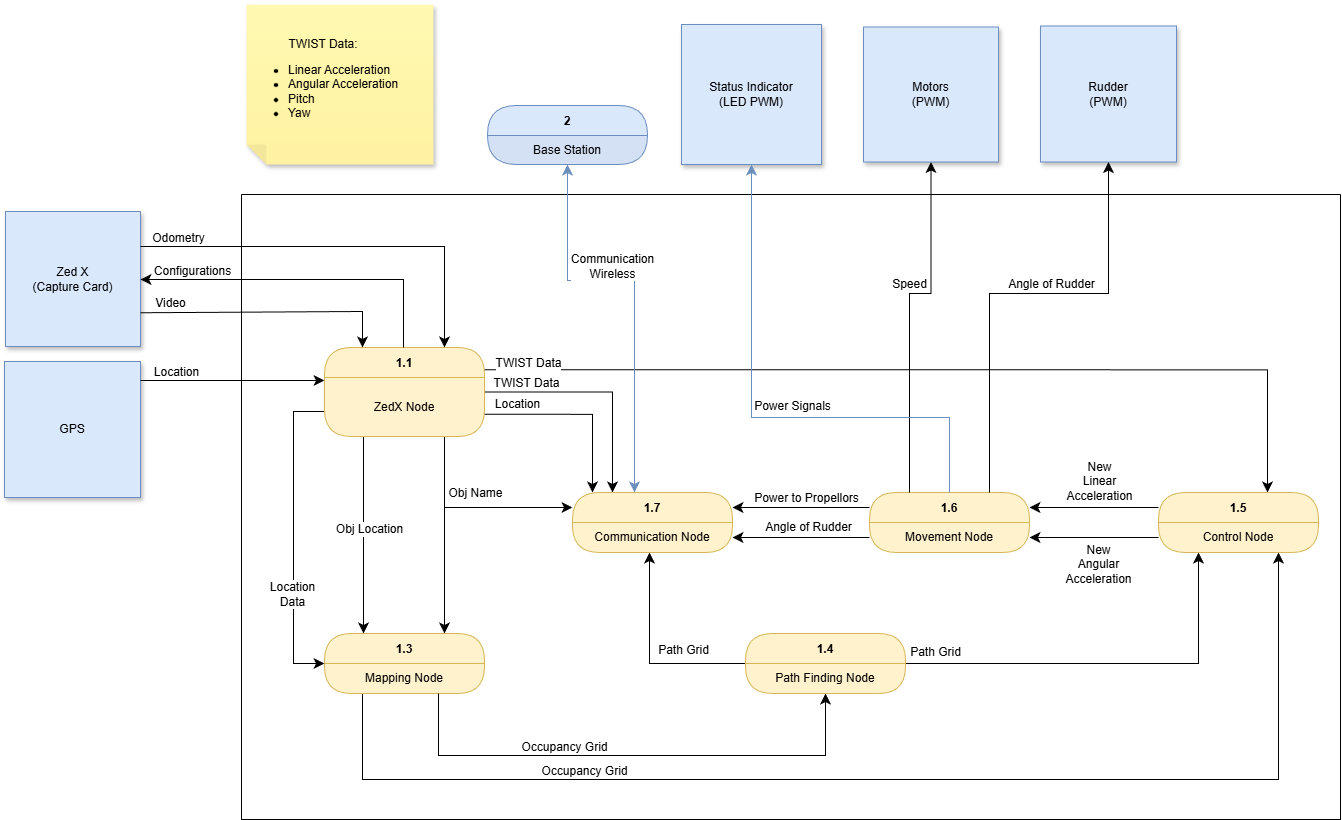
TheFujirose/Loon-E-Guidebook keeps this draw.io diagram as images/dfd1_1.png. Above is the earlier version. Source tidied: cells renumbered, new cells last; positions are measured from the earlier drawing's top-left corner, leaving out a move shared by most shapes.
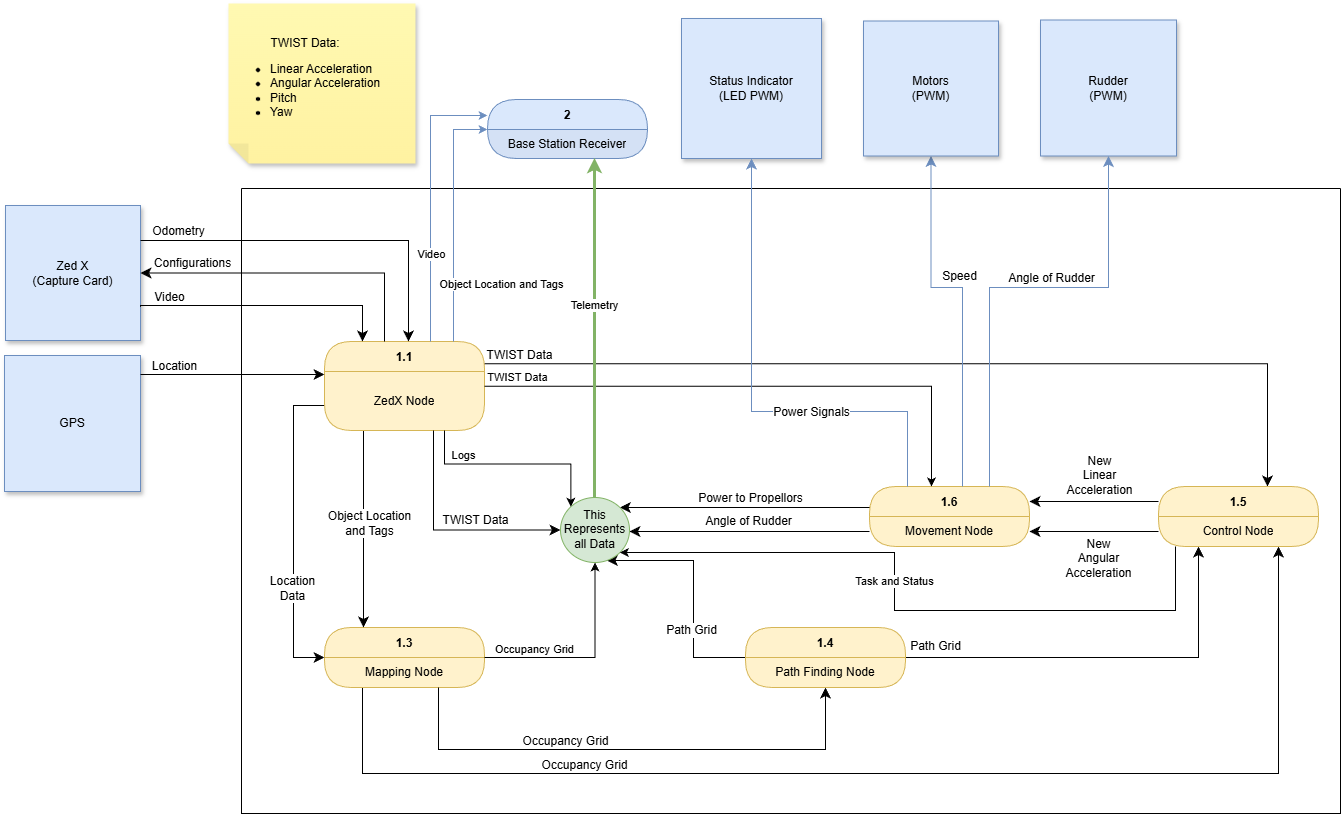
After the commit.

Diff of the diagram source:
```diff
@@ -3,7 +3,7 @@
     <mxCell id="0" />
     <mxCell id="1" parent="0" />
     <mxCell id="2" value="&lt;div style=&quot;text-align: center;&quot;&gt;&lt;span style=&quot;background-color: transparent; color: light-dark(rgb(0, 0, 0), rgb(237, 237, 237));&quot;&gt;TWIST Data:&lt;/span&gt;&lt;/div&gt;&lt;div&gt;&lt;ul&gt;&lt;li&gt;Linear Acceleration&lt;/li&gt;&lt;li&gt;Angular Acceleration&lt;/li&gt;&lt;li&gt;Pitch&lt;/li&gt;&lt;li&gt;Yaw&lt;/li&gt;&lt;/ul&gt;&lt;/div&gt;" style="shape=note;whiteSpace=wrap;html=1;backgroundOutline=1;fontColor=#000000;darkOpacity=0.05;fillColor=#FFF9B2;strokeColor=none;fillStyle=solid;direction=west;gradientDirection=north;gradientColor=#FFF2A1;shadow=1;size=20;align=left;" parent="1" vertex="1">
-      <mxGeometry x="242" width="187" height="160" as="geometry" />
+      <mxGeometry x="224" y="5" width="187" height="160" as="geometry" />
     </mxCell>
     <mxCell id="3" style="swimlane;startSize=0;" parent="1" vertex="1">
       <mxGeometry x="237" y="190" width="1099" height="625" as="geometry" />
@@ -58,8 +58,13 @@
         <mxPoint y="-27" as="offset" />
       </mxGeometry>
     </mxCell>
-    <mxCell id="15" style="edgeStyle=orthogonalEdgeStyle;rounded=0;jettySize=auto;html=1;fontSize=12;startSize=8;endSize=8;entryX=1;entryY=0.25;entryDx=0;entryDy=0;exitX=0;exitY=0.25;exitDx=0;exitDy=0;" parent="3" edge="1" source="41" target="38">
-      <mxGeometry relative="1" as="geometry" />
+    <mxCell id="15" style="edgeStyle=orthogonalEdgeStyle;rounded=0;jettySize=auto;html=1;fontSize=12;startSize=8;endSize=8;" parent="3" edge="1" source="41" target="75">
+      <mxGeometry relative="1" as="geometry">
+        <Array as="points">
+          <mxPoint x="503" y="319" />
+          <mxPoint x="503" y="319" />
+        </Array>
+      </mxGeometry>
     </mxCell>
     <mxCell id="16" value="Power to Propellors" style="edgeLabel;html=1;align=center;verticalAlign=middle;fontSize=12;" parent="15" vertex="1">
       <mxGeometry x="-0.02" y="1" relative="1" as="geometry">
@@ -75,34 +80,20 @@
     </mxCell>
     <mxCell id="18" value="TWIST Data" style="edgeLabel;html=1;align=center;verticalAlign=middle;fontSize=12;" parent="17" vertex="1">
       <mxGeometry x="0.76" y="2" relative="1" as="geometry">
-        <mxPoint x="-742" y="-21" as="offset" />
+        <mxPoint x="-751" y="-22" as="offset" />
       </mxGeometry>
     </mxCell>
-    <mxCell id="19" style="rounded=0;orthogonalLoop=1;jettySize=auto;html=1;fontSize=12;startSize=8;endSize=8;exitX=0.25;exitY=1;exitDx=0;exitDy=0;entryX=0.25;entryY=0;entryDx=0;entryDy=0;" parent="3" edge="1">
-      <mxGeometry relative="1" as="geometry">
-        <mxPoint x="203" y="242" as="sourcePoint" />
-        <mxPoint x="203" y="439" as="targetPoint" />
-      </mxGeometry>
-    </mxCell>
     <mxCell id="20" style="rounded=0;orthogonalLoop=1;jettySize=auto;html=1;fontSize=12;startSize=8;endSize=8;exitX=0.75;exitY=1;exitDx=0;exitDy=0;entryX=0.75;entryY=0;entryDx=0;entryDy=0;" parent="3" edge="1">
       <mxGeometry relative="1" as="geometry">
         <mxPoint x="122" y="242" as="sourcePoint" />
         <mxPoint x="122" y="439" as="targetPoint" />
       </mxGeometry>
     </mxCell>
-    <mxCell id="21" value="Obj Location" style="edgeLabel;html=1;align=center;verticalAlign=middle;fontSize=12;" parent="20" vertex="1">
+    <mxCell id="21" value="Object Location&lt;br&gt;and Tags" style="edgeLabel;html=1;align=center;verticalAlign=middle;fontSize=12;" parent="20" vertex="1">
       <mxGeometry x="-0.01" y="4" relative="1" as="geometry">
         <mxPoint x="1" y="-5" as="offset" />
       </mxGeometry>
     </mxCell>
-    <mxCell id="22" style="edgeStyle=orthogonalEdgeStyle;rounded=0;jettySize=auto;html=1;exitX=0.75;exitY=1;exitDx=0;exitDy=0;fontSize=12;startSize=8;endSize=8;entryX=0;entryY=0.25;entryDx=0;entryDy=0;" parent="3" edge="1" source="36" target="38">
-      <mxGeometry relative="1" as="geometry" />
-    </mxCell>
-    <mxCell id="23" value="Obj Name" style="edgeLabel;html=1;align=center;verticalAlign=middle;fontSize=12;" parent="22" vertex="1">
-      <mxGeometry x="-0.13" y="3" relative="1" as="geometry">
-        <mxPoint x="14" y="-12" as="offset" />
-      </mxGeometry>
-    </mxCell>
     <mxCell id="24" style="edgeStyle=orthogonalEdgeStyle;rounded=0;jettySize=auto;html=1;fontSize=12;startSize=8;endSize=8;" parent="3" edge="1" source="6" target="47">
       <mxGeometry relative="1" as="geometry">
         <Array as="points">
@@ -116,10 +107,11 @@
         <mxPoint x="-63" y="-11" as="offset" />
       </mxGeometry>
     </mxCell>
-    <mxCell id="26" style="edgeStyle=orthogonalEdgeStyle;rounded=0;jettySize=auto;html=1;fontSize=12;startSize=8;endSize=8;" parent="3" edge="1" source="47" target="38">
+    <mxCell id="26" style="edgeStyle=orthogonalEdgeStyle;rounded=0;jettySize=auto;html=1;fontSize=12;startSize=8;endSize=8;" parent="3" edge="1" source="47" target="75">
       <mxGeometry relative="1" as="geometry">
         <Array as="points">
-          <mxPoint x="408" y="469" />
+          <mxPoint x="452" y="469" />
+          <mxPoint x="452" y="372" />
         </Array>
       </mxGeometry>
     </mxCell>
@@ -128,30 +120,6 @@
         <mxPoint x="-5" y="-12" as="offset" />
       </mxGeometry>
     </mxCell>
-    <mxCell id="28" style="edgeStyle=orthogonalEdgeStyle;rounded=0;jettySize=auto;html=1;fontSize=12;startSize=8;endSize=8;exitX=1;exitY=0.75;exitDx=0;exitDy=0;" parent="3" edge="1" source="35" target="38">
-      <mxGeometry relative="1" as="geometry">
-        <Array as="points">
-          <mxPoint x="351" y="220" />
-        </Array>
-      </mxGeometry>
-    </mxCell>
-    <mxCell id="29" value="Location" style="edgeLabel;html=1;align=center;verticalAlign=middle;fontSize=12;" parent="28" vertex="1">
-      <mxGeometry x="0.76" y="2" relative="1" as="geometry">
-        <mxPoint x="-78" y="-66" as="offset" />
-      </mxGeometry>
-    </mxCell>
-    <mxCell id="30" style="edgeStyle=orthogonalEdgeStyle;rounded=0;jettySize=auto;html=1;fontSize=12;startSize=8;endSize=8;exitX=1;exitY=0.5;exitDx=0;exitDy=0;entryX=0.25;entryY=0;entryDx=0;entryDy=0;" parent="3" edge="1" source="35" target="38">
-      <mxGeometry relative="1" as="geometry">
-        <Array as="points">
-          <mxPoint x="371" y="198" />
-        </Array>
-      </mxGeometry>
-    </mxCell>
-    <mxCell id="31" value="TWIST Data" style="edgeLabel;html=1;align=center;verticalAlign=middle;fontSize=12;" parent="30" vertex="1">
-      <mxGeometry x="0.6" y="-3" relative="1" as="geometry">
-        <mxPoint x="-84" y="-65" as="offset" />
-      </mxGeometry>
-    </mxCell>
     <mxCell id="32" style="edgeStyle=orthogonalEdgeStyle;rounded=0;jettySize=auto;html=1;fontSize=12;startSize=8;endSize=8;" parent="3" edge="1" source="35" target="6">
       <mxGeometry relative="1" as="geometry">
         <Array as="points">
@@ -174,15 +142,6 @@
     <mxCell id="36" value="ZedX Node" style="text;html=1;strokeColor=none;fillColor=none;align=center;verticalAlign=middle;spacingLeft=4;spacingRight=4;whiteSpace=wrap;overflow=hidden;fontColor=#000000;" parent="34" vertex="1">
       <mxGeometry y="30" width="160" height="59" as="geometry" />
     </mxCell>
-    <mxCell id="37" style="group;" parent="3" vertex="1">
-      <mxGeometry x="331" y="298" width="160" height="60" as="geometry" />
-    </mxCell>
-    <mxCell id="38" value="1.7" style="swimlane;fontStyle=1;align=center;verticalAlign=middle;horizontal=1;startSize=30;rounded=1;arcSize=30;strokeColor=#d6b656;fillColor=#FFF2CC;swimlaneFillColor=#FFF2CC;" parent="37" vertex="1">
-      <mxGeometry width="160" height="60" as="geometry" />
-    </mxCell>
-    <mxCell id="39" value="Communication Node" style="text;html=1;strokeColor=none;fillColor=none;align=center;verticalAlign=middle;spacingLeft=4;spacingRight=4;whiteSpace=wrap;overflow=hidden;fontColor=#000000;" parent="37" vertex="1">
-      <mxGeometry y="30" width="160" height="30" as="geometry" />
-    </mxCell>
     <mxCell id="40" style="group;" parent="3" vertex="1">
       <mxGeometry x="628" y="298" width="160" height="60" as="geometry" />
     </mxCell>
@@ -210,19 +169,79 @@
     <mxCell id="48" value="Path Finding Node" style="text;html=1;strokeColor=none;fillColor=none;align=center;verticalAlign=middle;spacingLeft=4;spacingRight=4;whiteSpace=wrap;overflow=hidden;fontColor=#000000;" parent="46" vertex="1">
       <mxGeometry y="30" width="160" height="30" as="geometry" />
     </mxCell>
-    <mxCell id="49" style="rounded=0;jettySize=auto;html=1;fontSize=12;startSize=8;endSize=8;exitX=0;exitY=0.5;exitDx=0;exitDy=0;entryX=1;entryY=0.5;entryDx=0;entryDy=0;" parent="3" edge="1" source="42" target="39">
-      <mxGeometry relative="1" as="geometry" />
+    <mxCell id="49" style="rounded=0;jettySize=auto;html=1;fontSize=12;startSize=8;endSize=8;edgeStyle=orthogonalEdgeStyle;" parent="3" edge="1" source="41" target="75">
+      <mxGeometry relative="1" as="geometry">
+        <Array as="points">
+          <mxPoint x="588" y="343" />
+          <mxPoint x="588" y="343" />
+        </Array>
+      </mxGeometry>
     </mxCell>
     <mxCell id="50" value="Angle of Rudder" style="edgeLabel;html=1;align=center;verticalAlign=middle;fontSize=12;" parent="49" vertex="1">
       <mxGeometry x="0.14" y="4" relative="1" as="geometry">
         <mxPoint x="16" y="-15" as="offset" />
       </mxGeometry>
     </mxCell>
+    <mxCell id="75" value="This Represents all Data" style="ellipse;whiteSpace=wrap;html=1;fillColor=#d5e8d4;strokeColor=#82b366;" parent="3" vertex="1">
+      <mxGeometry x="319" y="309" width="69" height="65" as="geometry" />
+    </mxCell>
+    <mxCell id="76" style="edgeStyle=orthogonalEdgeStyle;rounded=0;jettySize=auto;html=1;entryX=0.5;entryY=1;entryDx=0;entryDy=0;" parent="3" edge="1" source="6" target="75">
+      <mxGeometry relative="1" as="geometry">
+        <Array as="points">
+          <mxPoint x="354" y="469" />
+        </Array>
+      </mxGeometry>
+    </mxCell>
+    <mxCell id="77" value="Occupancy Grid" style="edgeLabel;html=1;align=center;verticalAlign=middle;" parent="76" vertex="1">
+      <mxGeometry x="-0.57" y="2" relative="1" as="geometry">
+        <mxPoint x="6" y="-7" as="offset" />
+      </mxGeometry>
+    </mxCell>
+    <mxCell id="78" style="edgeStyle=orthogonalEdgeStyle;rounded=0;jettySize=auto;html=1;exitX=1;exitY=0.25;exitDx=0;exitDy=0;" parent="3" edge="1" source="36" target="41">
+      <mxGeometry relative="1" as="geometry">
+        <Array as="points">
+          <mxPoint x="690" y="198" />
+        </Array>
+      </mxGeometry>
+    </mxCell>
+    <mxCell id="31" value="TWIST Data" style="edgeLabel;html=1;align=center;verticalAlign=middle;" parent="78" vertex="1">
+      <mxGeometry x="0.31" y="-1" relative="1" as="geometry">
+        <mxPoint x="-325" y="-10" as="offset" />
+      </mxGeometry>
+    </mxCell>
+    <mxCell id="30" value="TWIST Data" style="edgeStyle=orthogonalEdgeStyle;rounded=0;jettySize=auto;html=1;fontSize=12;startSize=8;endSize=8;entryX=0;entryY=0.5;entryDx=0;entryDy=0;" parent="3" edge="1" source="35" target="75">
+      <mxGeometry x="0.24" y="9" relative="1" as="geometry">
+        <Array as="points">
+          <mxPoint x="192" y="341" />
+        </Array>
+        <mxPoint x="1" as="offset" />
+      </mxGeometry>
+    </mxCell>
+    <mxCell id="79" style="edgeStyle=orthogonalEdgeStyle;rounded=0;jettySize=auto;html=1;exitX=0.75;exitY=1;exitDx=0;exitDy=0;entryX=0;entryY=0;entryDx=0;entryDy=0;" parent="3" edge="1" source="36" target="75">
+      <mxGeometry relative="1" as="geometry" />
+    </mxCell>
+    <mxCell id="80" value="Logs" style="edgeLabel;html=1;align=center;verticalAlign=middle;" parent="79" vertex="1">
+      <mxGeometry x="-0.38" y="-2" relative="1" as="geometry">
+        <mxPoint x="-11" y="-11" as="offset" />
+      </mxGeometry>
+    </mxCell>
+    <mxCell id="81" style="edgeStyle=orthogonalEdgeStyle;rounded=0;jettySize=auto;html=1;" parent="3" edge="1" source="44" target="75">
+      <mxGeometry relative="1" as="geometry">
+        <Array as="points">
+          <mxPoint x="934" y="422" />
+          <mxPoint x="653" y="422" />
+          <mxPoint x="653" y="364" />
+        </Array>
+      </mxGeometry>
+    </mxCell>
+    <mxCell id="82" value="Task and Status" style="edgeLabel;html=1;align=center;verticalAlign=middle;" parent="81" vertex="1">
+      <mxGeometry x="0.11" y="1" relative="1" as="geometry" />
+    </mxCell>
-    <mxCell id="51" style="edgeStyle=orthogonalEdgeStyle;rounded=0;jettySize=auto;html=1;entryX=0.25;entryY=0;entryDx=0;entryDy=0;fontSize=12;startSize=8;endSize=8;exitX=0.5;exitY=1;exitDx=0;exitDy=0;startArrow=classic;startFill=1;endArrow=none;endFill=0;" parent="1" edge="1" source="53" target="41">
+    <mxCell id="51" style="edgeStyle=orthogonalEdgeStyle;rounded=0;jettySize=auto;html=1;fontSize=12;startSize=8;endSize=8;exitX=0.5;exitY=1;exitDx=0;exitDy=0;startArrow=classic;startFill=1;endArrow=none;endFill=0;fillColor=#dae8fc;strokeColor=#6c8ebf;" parent="1" edge="1" source="53" target="41">
       <mxGeometry relative="1" as="geometry">
         <Array as="points">
           <mxPoint x="927" y="289" />
-          <mxPoint x="905" y="289" />
+          <mxPoint x="958" y="289" />
         </Array>
       </mxGeometry>
     </mxCell>
@@ -259,13 +278,13 @@
     <mxCell id="59" style="endArrow=classic;html=1;rounded=0;fontSize=12;startSize=8;endSize=8;edgeStyle=orthogonalEdgeStyle;" parent="1" edge="1" source="55" target="35">
       <mxGeometry relative="1" as="geometry">
         <Array as="points">
-          <mxPoint x="440" y="242" />
+          <mxPoint x="404" y="242" />
         </Array>
       </mxGeometry>
     </mxCell>
     <mxCell id="60" value="Odometry" style="edgeLabel;html=1;align=center;verticalAlign=middle;fontSize=12;" parent="59" vertex="1">
       <mxGeometry x="0.13" y="2" relative="1" as="geometry">
-        <mxPoint x="-191" y="-7" as="offset" />
+        <mxPoint x="-171" y="-8" as="offset" />
       </mxGeometry>
     </mxCell>
     <mxCell id="61" style="endArrow=classic;html=1;rounded=0;fontSize=12;startSize=8;endSize=8;edgeStyle=orthogonalEdgeStyle;" parent="1" edge="1" source="56" target="35">
@@ -287,52 +306,38 @@
     <mxCell id="64" style="endArrow=classic;html=1;rounded=0;fontSize=12;startSize=8;endSize=8;edgeStyle=orthogonalEdgeStyle;entryX=1;entryY=0.5;entryDx=0;entryDy=0;" parent="1" edge="1" source="35" target="55">
       <mxGeometry relative="1" as="geometry">
         <Array as="points">
-          <mxPoint x="399" y="275" />
-          <mxPoint x="136" y="275" />
+          <mxPoint x="380" y="275" />
         </Array>
       </mxGeometry>
     </mxCell>
     <mxCell id="65" value="Configurations" style="edgeLabel;html=1;align=center;verticalAlign=middle;fontSize=12;" parent="64" vertex="1">
       <mxGeometry x="-0.14" y="-2" relative="1" as="geometry">
-        <mxPoint x="-137" y="-7" as="offset" />
+        <mxPoint x="-126" y="-8" as="offset" />
       </mxGeometry>
     </mxCell>
     <mxCell id="66" value="2" style="swimlane;fontStyle=1;align=center;verticalAlign=middle;horizontal=1;startSize=30;rounded=1;arcSize=50;swimlaneFillColor=#D4E1F5;fillColor=#dae8fc;strokeColor=#6c8ebf;" parent="1" vertex="1">
       <mxGeometry x="483" y="101" width="160" height="59" as="geometry" />
     </mxCell>
-    <mxCell id="67" value="Base Station" style="text;html=1;strokeColor=none;fillColor=none;align=center;verticalAlign=middle;spacingLeft=4;spacingRight=4;whiteSpace=wrap;overflow=hidden;fontColor=#000000;" parent="66" vertex="1">
+    <mxCell id="67" value="Base Station Receiver" style="text;html=1;strokeColor=none;fillColor=none;align=center;verticalAlign=middle;spacingLeft=4;spacingRight=4;whiteSpace=wrap;overflow=hidden;fontColor=#000000;" parent="66" vertex="1">
       <mxGeometry y="30" width="160" height="29" as="geometry" />
     </mxCell>
     <mxCell id="68" value="Base Station" style="text;html=1;strokeColor=none;fillColor=none;align=center;verticalAlign=middle;spacingLeft=4;spacingRight=4;whiteSpace=wrap;overflow=hidden;fontColor=#000000;" parent="66" vertex="1">
       <mxGeometry y="59" width="160" as="geometry" />
     </mxCell>
-    <mxCell id="69" style="rounded=0;jettySize=auto;html=1;fontSize=12;startSize=8;endSize=8;startArrow=classic;startFill=1;fillColor=#dae8fc;strokeColor=#6c8ebf;edgeStyle=orthogonalEdgeStyle;entryX=0.5;entryY=1;entryDx=0;entryDy=0;" parent="1" edge="1" source="38" target="67">
-      <mxGeometry relative="1" as="geometry">
-        <Array as="points">
-          <mxPoint x="630" y="276" />
-          <mxPoint x="563" y="276" />
-        </Array>
-      </mxGeometry>
-    </mxCell>
-    <mxCell id="70" value="Communication&lt;div&gt;Wireless&lt;/div&gt;" style="edgeLabel;html=1;align=center;verticalAlign=middle;fontSize=12;" parent="69" vertex="1">
-      <mxGeometry x="0.66" y="-4" relative="1" as="geometry">
-        <mxPoint x="40" y="34" as="offset" />
-      </mxGeometry>
-    </mxCell>
-    <mxCell id="71" style="rounded=0;jettySize=auto;html=1;fontSize=12;startSize=8;endSize=8;startArrow=none;startFill=0;fillColor=#dae8fc;strokeColor=#6c8ebf;edgeStyle=orthogonalEdgeStyle;entryX=0.5;entryY=1;entryDx=0;entryDy=0;exitX=0.5;exitY=0;exitDx=0;exitDy=0;" parent="1" edge="1" source="41" target="63">
+    <mxCell id="71" style="rounded=0;jettySize=auto;html=1;fontSize=12;startSize=8;endSize=8;startArrow=none;startFill=0;fillColor=#dae8fc;strokeColor=#6c8ebf;edgeStyle=orthogonalEdgeStyle;entryX=0.5;entryY=1;entryDx=0;entryDy=0;" parent="1" edge="1" source="41" target="63">
       <mxGeometry relative="1" as="geometry">
         <Array as="points">
-          <mxPoint x="945" y="413" />
+          <mxPoint x="903" y="413" />
           <mxPoint x="747" y="413" />
         </Array>
       </mxGeometry>
     </mxCell>
     <mxCell id="72" value="Power Signals" style="edgeLabel;html=1;align=center;verticalAlign=middle;fontSize=12;" parent="71" vertex="1">
       <mxGeometry x="0.66" y="-4" relative="1" as="geometry">
-        <mxPoint x="36" y="153" as="offset" />
+        <mxPoint x="55" y="172" as="offset" />
       </mxGeometry>
     </mxCell>
-    <mxCell id="73" style="endArrow=none;html=1;rounded=0;fontSize=12;startSize=8;endSize=8;entryX=0.75;entryY=0;entryDx=0;entryDy=0;edgeStyle=orthogonalEdgeStyle;startArrow=classic;startFill=1;endFill=0;" parent="1" edge="1" source="54" target="41">
+    <mxCell id="73" style="endArrow=none;html=1;rounded=0;fontSize=12;startSize=8;endSize=8;entryX=0.75;entryY=0;entryDx=0;entryDy=0;edgeStyle=orthogonalEdgeStyle;startArrow=classic;startFill=1;endFill=0;fillColor=#dae8fc;strokeColor=#6c8ebf;" parent="1" edge="1" source="54" target="41">
       <mxGeometry relative="1" as="geometry">
         <Array as="points">
           <mxPoint x="1104" y="289" />
@@ -345,5 +350,40 @@
         <mxPoint x="-4" y="-10" as="offset" />
       </mxGeometry>
     </mxCell>
+    <mxCell id="83" style="edgeStyle=orthogonalEdgeStyle;rounded=0;jettySize=auto;html=1;fillColor=#d5e8d4;strokeColor=#82b366;strokeWidth=3;" parent="1" edge="1" source="75" target="66">
+      <mxGeometry relative="1" as="geometry">
+        <Array as="points">
+          <mxPoint x="591" y="197" />
+          <mxPoint x="591" y="197" />
+        </Array>
+      </mxGeometry>
+    </mxCell>
+    <mxCell id="84" value="Telemetry" style="edgeLabel;html=1;align=center;verticalAlign=middle;" parent="83" vertex="1">
+      <mxGeometry x="0.13" y="1" relative="1" as="geometry" />
+    </mxCell>
+    <mxCell id="85" style="endArrow=classic;html=1;rounded=0;edgeStyle=orthogonalEdgeStyle;fillColor=#dae8fc;strokeColor=#6c8ebf;" parent="1" edge="1" source="35" target="66">
+      <mxGeometry relative="1" as="geometry">
+        <Array as="points">
+          <mxPoint x="426" y="117" />
+        </Array>
+      </mxGeometry>
+    </mxCell>
+    <mxCell id="86" value="Video" style="edgeLabel;html=1;align=center;verticalAlign=middle;" parent="85" vertex="1">
+      <mxGeometry x="0.04" y="4" relative="1" as="geometry">
+        <mxPoint x="4" y="60" as="offset" />
+      </mxGeometry>
+    </mxCell>
+    <mxCell id="87" style="edgeStyle=orthogonalEdgeStyle;rounded=0;jettySize=auto;html=1;fillColor=#dae8fc;strokeColor=#6c8ebf;" parent="1" edge="1" source="35" target="66">
+      <mxGeometry relative="1" as="geometry">
+        <Array as="points">
+          <mxPoint x="449" y="131" />
+        </Array>
+      </mxGeometry>
+    </mxCell>
+    <mxCell id="88" value="Object Location and Tags" style="edgeLabel;html=1;align=center;verticalAlign=middle;" parent="87" vertex="1">
+      <mxGeometry x="-0.15" y="1" relative="1" as="geometry">
+        <mxPoint x="48" y="47" as="offset" />
+      </mxGeometry>
+    </mxCell>
   </root>
 </mxGraphModel>
```
